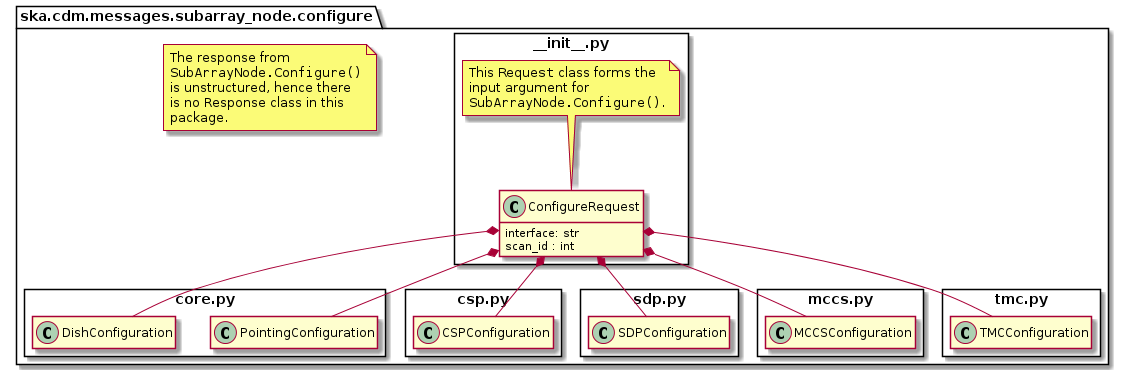
ska-telescope/cdm-shared-library keeps this PlantUML diagram as docs/src/developer/subarraynode/init.png. Above is the earlier version.
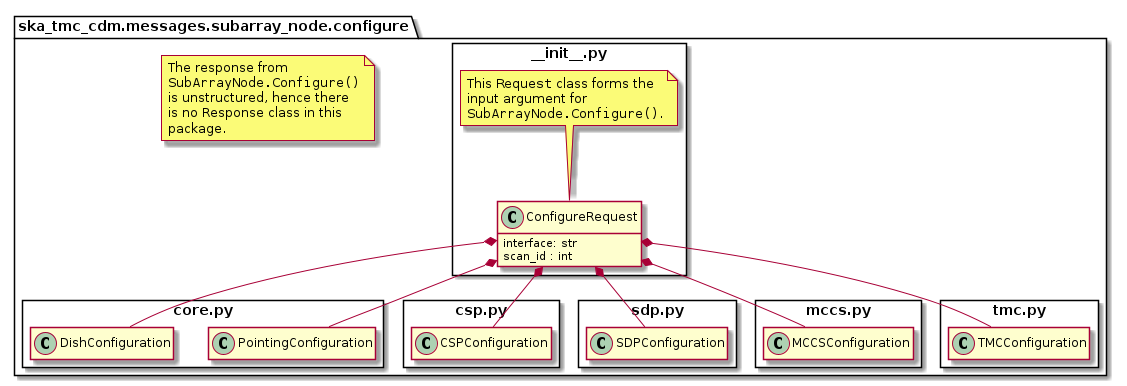
After the commit.

Diff of the diagram source:
```diff
@@ -1,7 +1,7 @@
 @startuml
 hide empty members
 
-package ska.cdm.messages.subarray_node.configure {
+package ska_tmc_cdm.messages.subarray_node.configure {
 	package core.py <<Rectangle>> {
 		class PointingConfiguration
 		class DishConfiguration
@@ -54,4 +54,5 @@
 		package.
 	end note
 }
+
 @enduml
```
